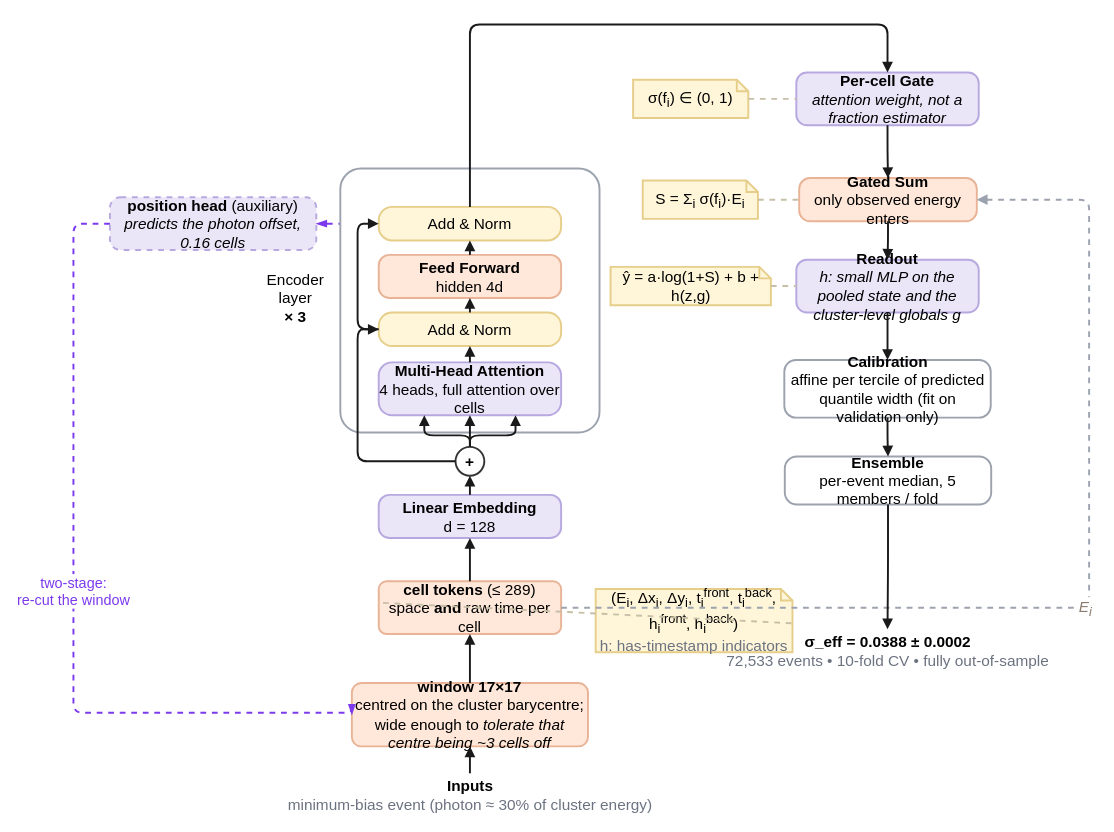
This is paper/spacetformer.drawio from Lworakan/GSoC2026-picocal-spacetime-transformer, a draw.io file, before an edit. Source tidied: cells renumbered, new cells numbered last; positions are measured from the earlier drawing's top-left corner, leaving out a move shared by most shapes. Both pictures are drawn from the tidied source at 96%, with x=0, y=0 at pixel (73, 24).
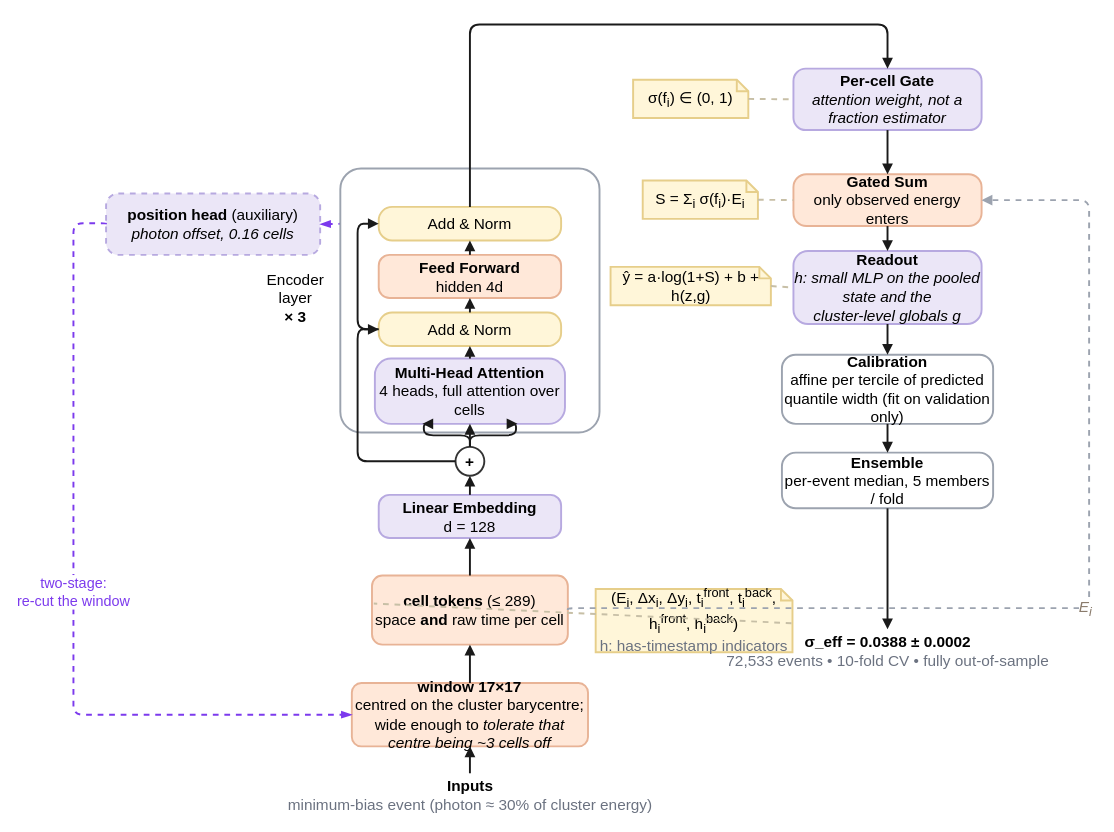
The same diagram, later.

Commit message (it also covers changes not shown here):
paper: the architecture boxes now fit their text, and the two-stage arrow lands on the window edge

The change refers to these unchanged cells:
```xml
<mxCell id="3" value="&lt;b&gt;window 17×17&lt;/b&gt;&lt;br&gt;&lt;font&gt;centred on the cluster barycentre; wide enough to &lt;i&gt;tolerate that centre being ~3 cells off&lt;/i&gt;&lt;/font&gt;" style="rounded=1;arcSize=15;whiteSpace=wrap;html=1;fillColor=#FFE8D9;strokeColor=#E8B396;fontSize=16;strokeWidth=2;" parent="1" vertex="1">
  <mxGeometry x="290" y="686" width="246" height="66" as="geometry" />
</mxCell>
```

The edit, as a diff of the source:
```diff
@@
     <mxCell id="4" value="&lt;b&gt;cell tokens&lt;/b&gt; (≤ 289)&lt;br&gt;&lt;font&gt;space &lt;b&gt;and&lt;/b&gt; raw time per cell&lt;/font&gt;" style="rounded=1;arcSize=15;whiteSpace=wrap;html=1;fillColor=#FFE8D9;strokeColor=#E8B396;fontSize=16;strokeWidth=2;" parent="1" vertex="1">
-      <mxGeometry x="318" y="580" width="190" height="55" as="geometry" />
+      <mxGeometry x="311" y="574" width="204" height="72" as="geometry" />
     </mxCell>
@@
-    <mxCell id="9" value="&lt;b&gt;position head&lt;/b&gt; (auxiliary)&lt;br&gt;&lt;font&gt;&lt;i&gt;predicts the photon offset, 0.16 cells&lt;/i&gt;&lt;/font&gt;" style="rounded=1;arcSize=20;whiteSpace=wrap;html=1;fillColor=#EBE6F7;strokeColor=#B7A9E0;dashed=1;fontSize=16;strokeWidth=2;" parent="1" vertex="1">
-      <mxGeometry x="38" y="180" width="215" height="55" as="geometry" />
+    <mxCell id="9" value="&lt;b&gt;position head&lt;/b&gt; (auxiliary)&lt;br&gt;&lt;font&gt;&lt;i&gt;photon offset, 0.16 cells&lt;/i&gt;&lt;/font&gt;" style="rounded=1;arcSize=20;whiteSpace=wrap;html=1;fillColor=#EBE6F7;strokeColor=#B7A9E0;dashed=1;fontSize=16;strokeWidth=2;" parent="1" vertex="1">
+      <mxGeometry x="34" y="176" width="223" height="64" as="geometry" />
     </mxCell>
@@
     <mxCell id="11" value="two-stage:&lt;br&gt;re-cut the window" style="edgeStyle=orthogonalEdgeStyle;rounded=1;html=1;strokeColor=#7C3AED;strokeWidth=2;dashed=1;endArrow=blockThin;endFill=1;fontSize=15;fontColor=#7C3AED;labelBackgroundColor=#FFFFFF;exitX=0;exitY=0.5;exitDx=0;exitDy=0;entryX=0;entryY=0.5;entryDx=0;entryDy=0;" parent="1" edge="1" source="9" target="3">
       <mxGeometry relative="1" as="geometry">
         <Array as="points">
           <mxPoint y="207" />
-          <mxPoint y="717" />
+          <mxPoint y="719" />
         </Array>
       </mxGeometry>
     </mxCell>
@@
     <mxCell id="14" value="&lt;b&gt;Multi-Head Attention&lt;/b&gt;&lt;br&gt;&lt;font&gt;4 heads, full attention over cells&lt;/font&gt;" style="rounded=1;arcSize=25;whiteSpace=wrap;html=1;fillColor=#EBE6F7;strokeColor=#B7A9E0;fontSize=16;strokeWidth=2;" parent="1" vertex="1">
-      <mxGeometry x="318" y="352" width="190" height="55" as="geometry" />
+      <mxGeometry x="314" y="348" width="198" height="68" as="geometry" />
     </mxCell>
@@
     <mxCell id="18" value="&lt;b&gt;Per-cell Gate&lt;/b&gt;&lt;br&gt;&lt;font&gt;&lt;i&gt;attention weight, not a fraction estimator&lt;/i&gt;&lt;/font&gt;" style="rounded=1;arcSize=20;whiteSpace=wrap;html=1;fillColor=#EBE6F7;strokeColor=#B7A9E0;fontSize=16;strokeWidth=2;" parent="1" vertex="1">
-      <mxGeometry x="753" y="50" width="190" height="55" as="geometry" />
+      <mxGeometry x="750" y="46" width="196" height="64" as="geometry" />
     </mxCell>
@@
     <mxCell id="21" value="&lt;b&gt;Gated Sum&lt;/b&gt;&lt;br&gt;&lt;font&gt;only observed energy enters&lt;/font&gt;" style="rounded=1;arcSize=25;whiteSpace=wrap;html=1;fillColor=#FFE8D9;strokeColor=#E8B396;fontSize=16;strokeWidth=2;" parent="1" vertex="1">
-      <mxGeometry x="756" y="160" width="185" height="45" as="geometry" />
+      <mxGeometry x="750" y="156" width="196" height="54" as="geometry" />
     </mxCell>
@@
     <mxCell id="24" value="&lt;b&gt;Readout&lt;/b&gt;&lt;br&gt;&lt;font&gt;&lt;i&gt;h: small MLP on the pooled state and the&lt;br&gt;cluster-level globals g&lt;/i&gt;&lt;/font&gt;" style="rounded=1;arcSize=20;whiteSpace=wrap;html=1;fillColor=#EBE6F7;strokeColor=#B7A9E0;fontSize=16;strokeWidth=2;" parent="1" vertex="1">
-      <mxGeometry x="753" y="245" width="190" height="55" as="geometry" />
+      <mxGeometry x="750" y="236" width="196" height="76" as="geometry" />
     </mxCell>
@@
     <mxCell id="27" value="&lt;b&gt;Calibration&lt;/b&gt;&lt;br&gt;&lt;font&gt;affine per tercile of predicted quantile width (fit on validation only)&lt;/font&gt;" style="rounded=1;arcSize=20;whiteSpace=wrap;html=1;fillColor=#FFFFFF;strokeColor=#9CA3AF;strokeWidth=2;fontSize=16;" parent="1" vertex="1">
-      <mxGeometry x="740.5" y="349.5" width="215" height="60" as="geometry" />
+      <mxGeometry x="738" y="344" width="220" height="72" as="geometry" />
     </mxCell>
     <mxCell id="28" value="&lt;b&gt;Ensemble&lt;/b&gt;&lt;br&gt;&lt;font&gt;per-event median, 5 members / fold&lt;/font&gt;" style="rounded=1;arcSize=25;whiteSpace=wrap;html=1;fillColor=#FFFFFF;strokeColor=#9CA3AF;strokeWidth=2;fontSize=16;" parent="1" vertex="1">
-      <mxGeometry x="741" y="450" width="215" height="50" as="geometry" />
+      <mxGeometry x="738" y="446" width="220" height="58" as="geometry" />
     </mxCell>
```
